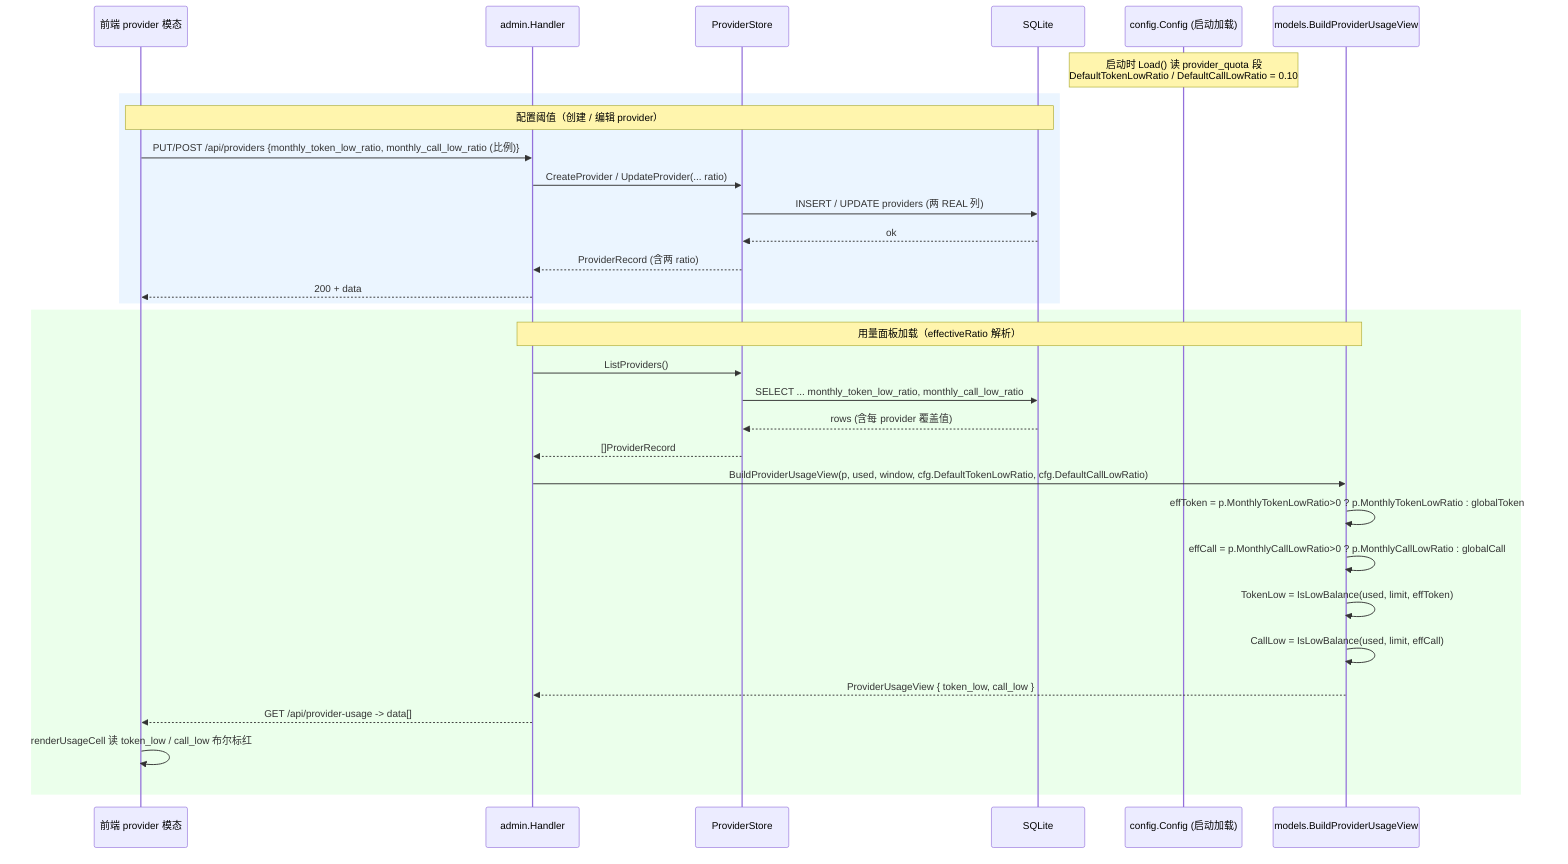
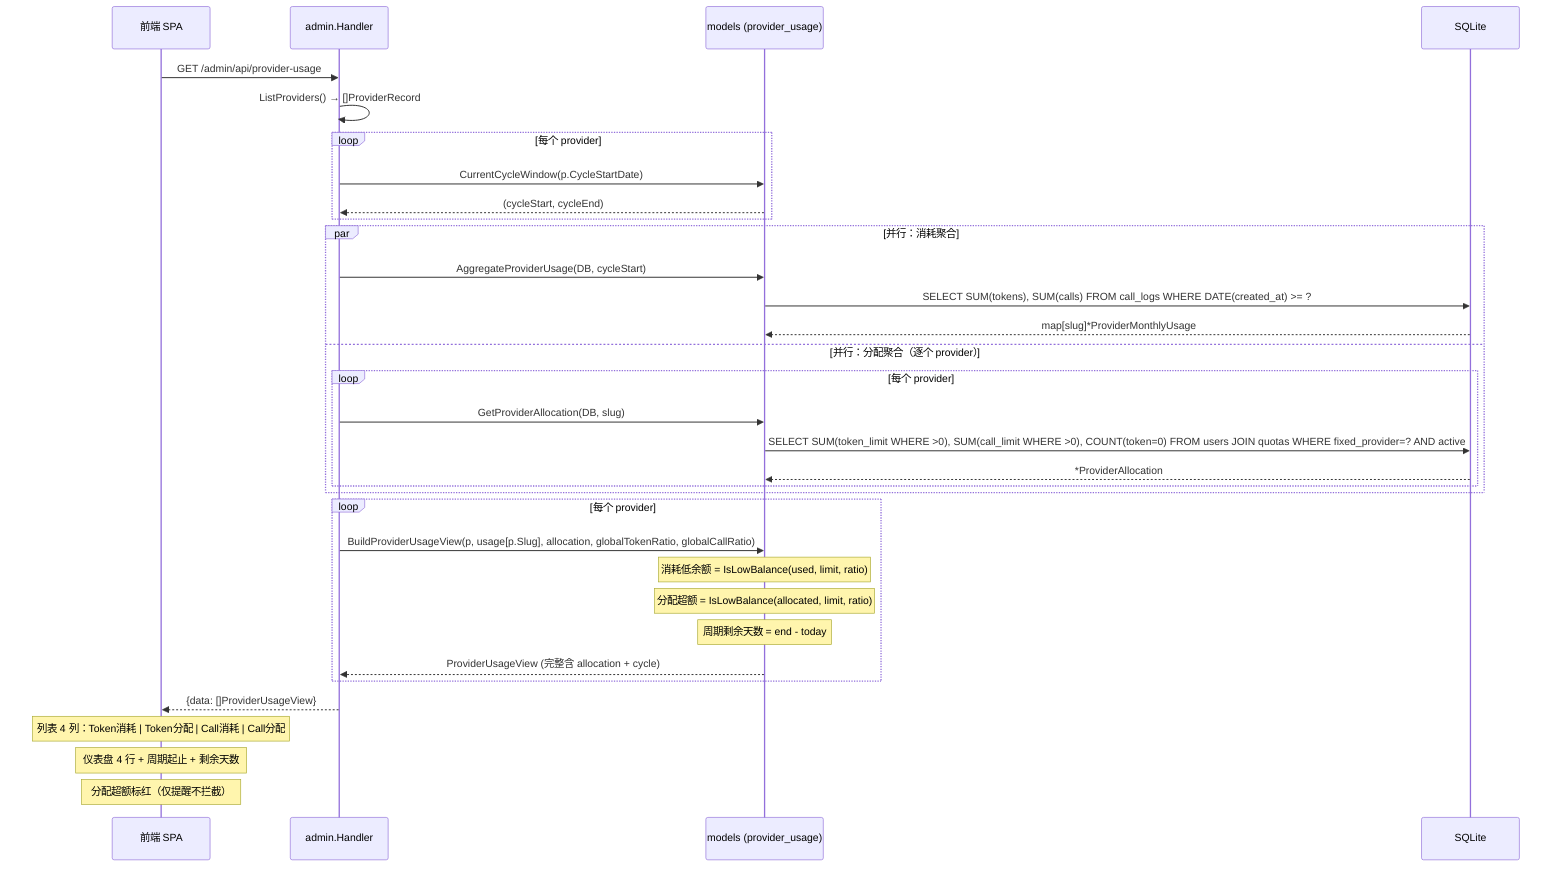
sequenceDiagram
-     participant UI as 前端 provider 模态
-     participant API as admin.Handler
-     participant Store as ProviderStore
+     participant FE as 前端 SPA
+     participant H as admin.Handler
+     participant M as models (provider_usage)
    participant DB as SQLite
-     participant Cfg as config.Config (启动加载)
-     participant M as models.BuildProviderUsageView

-     Note over Cfg: 启动时 Load() 读 provider_quota 段<br/>DefaultTokenLowRatio / DefaultCallLowRatio = 0.10
+     FE->>H: GET /admin/api/provider-usage
+     H->>H: ListProviders() → []ProviderRecord

-     rect rgb(235,245,255)
-     Note over UI,DB: 配置阈值（创建 / 编辑 provider）
-     UI->>API: PUT/POST /api/providers {monthly_token_low_ratio, monthly_call_low_ratio (比例)}
-     API->>Store: CreateProvider / UpdateProvider(... ratio)
-     Store->>DB: INSERT / UPDATE providers (两 REAL 列)
-     DB-->>Store: ok
-     Store-->>API: ProviderRecord (含两 ratio)
-     API-->>UI: 200 + data
+     loop 每个 provider
+         H->>M: CurrentCycleWindow(p.CycleStartDate)
+         M-->>H: (cycleStart, cycleEnd)
    end

-     rect rgb(235,255,235)
-     Note over API,M: 用量面板加载（effectiveRatio 解析）
-     API->>Store: ListProviders()
-     Store->>DB: SELECT ... monthly_token_low_ratio, monthly_call_low_ratio
-     DB-->>Store: rows (含每 provider 覆盖值)
-     Store-->>API: []ProviderRecord
-     API->>M: BuildProviderUsageView(p, used, window, cfg.DefaultTokenLowRatio, cfg.DefaultCallLowRatio)
-     M->>M: effToken = p.MonthlyTokenLowRatio>0 ? p.MonthlyTokenLowRatio : globalToken
-     M->>M: effCall  = p.MonthlyCallLowRatio>0  ? p.MonthlyCallLowRatio  : globalCall
-     M->>M: TokenLow = IsLowBalance(used, limit, effToken)
-     M->>M: CallLow  = IsLowBalance(used, limit, effCall)
-     M-->>API: ProviderUsageView { token_low, call_low }
-     API-->>UI: GET /api/provider-usage -> data[]
-     UI->>UI: renderUsageCell 读 token_low / call_low 布尔标红
+     par 并行：消耗聚合
+         H->>M: AggregateProviderUsage(DB, cycleStart)
+         M->>DB: SELECT SUM(tokens), SUM(calls) FROM call_logs WHERE DATE(created_at) >= ?
+         DB-->>M: map[slug]*ProviderMonthlyUsage
+     and 并行：分配聚合（逐个 provider）
+         loop 每个 provider
+             H->>M: GetProviderAllocation(DB, slug)
+             M->>DB: SELECT SUM(token_limit WHERE >0), SUM(call_limit WHERE >0), COUNT(token=0) FROM users JOIN quotas WHERE fixed_provider=? AND active
+             DB-->>M: *ProviderAllocation
+         end
    end
+ 
+     loop 每个 provider
+         H->>M: BuildProviderUsageView(p, usage[p.Slug], allocation, globalTokenRatio, globalCallRatio)
+         Note over M: 消耗低余额 = IsLowBalance(used, limit, ratio)
+         Note over M: 分配超额   = IsLowBalance(allocated, limit, ratio)
+         Note over M: 周期剩余天数 = end - today
+         M-->>H: ProviderUsageView (完整含 allocation + cycle)
+     end
+ 
+     H-->>FE: {data: []ProviderUsageView}
+     Note over FE: 列表 4 列：Token消耗 | Token分配 | Call消耗 | Call分配
+     Note over FE: 仪表盘 4 行 + 周期起止 + 剩余天数
+     Note over FE: 分配超额标红（仅提醒不拦截）
